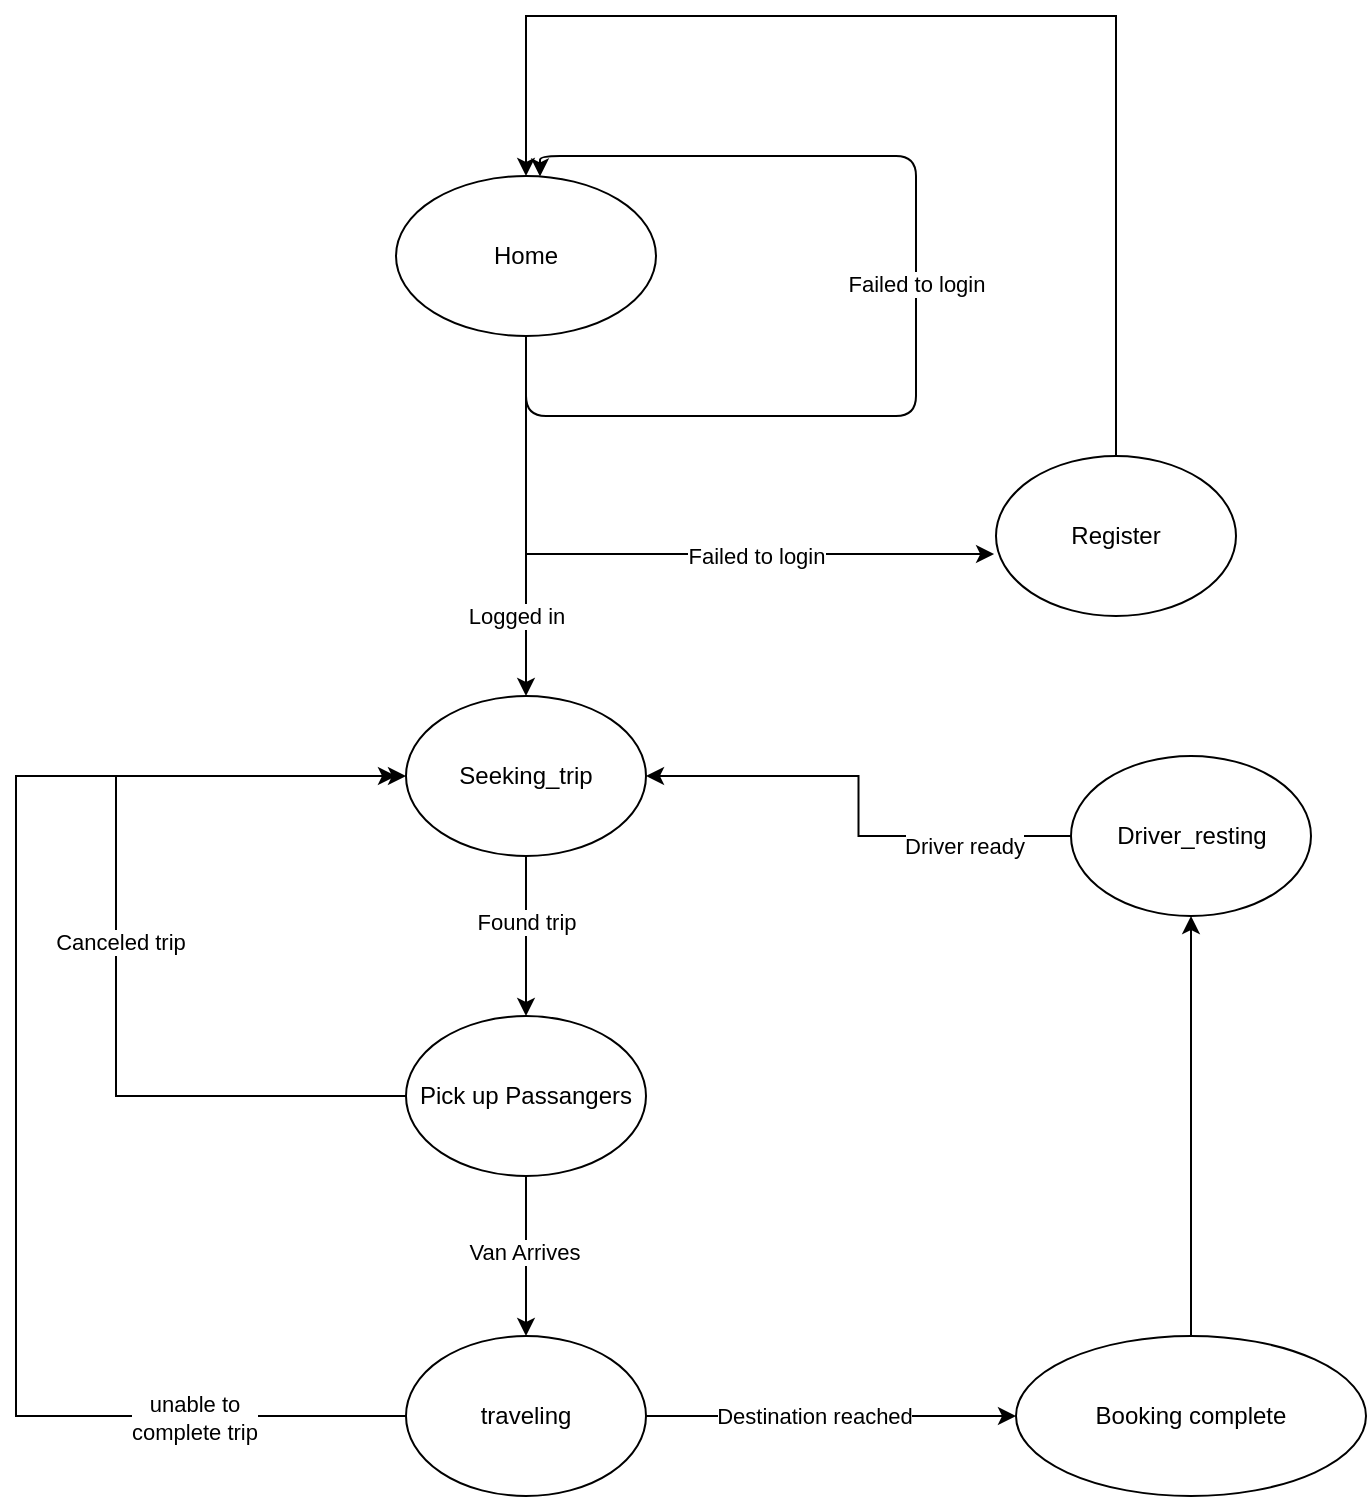
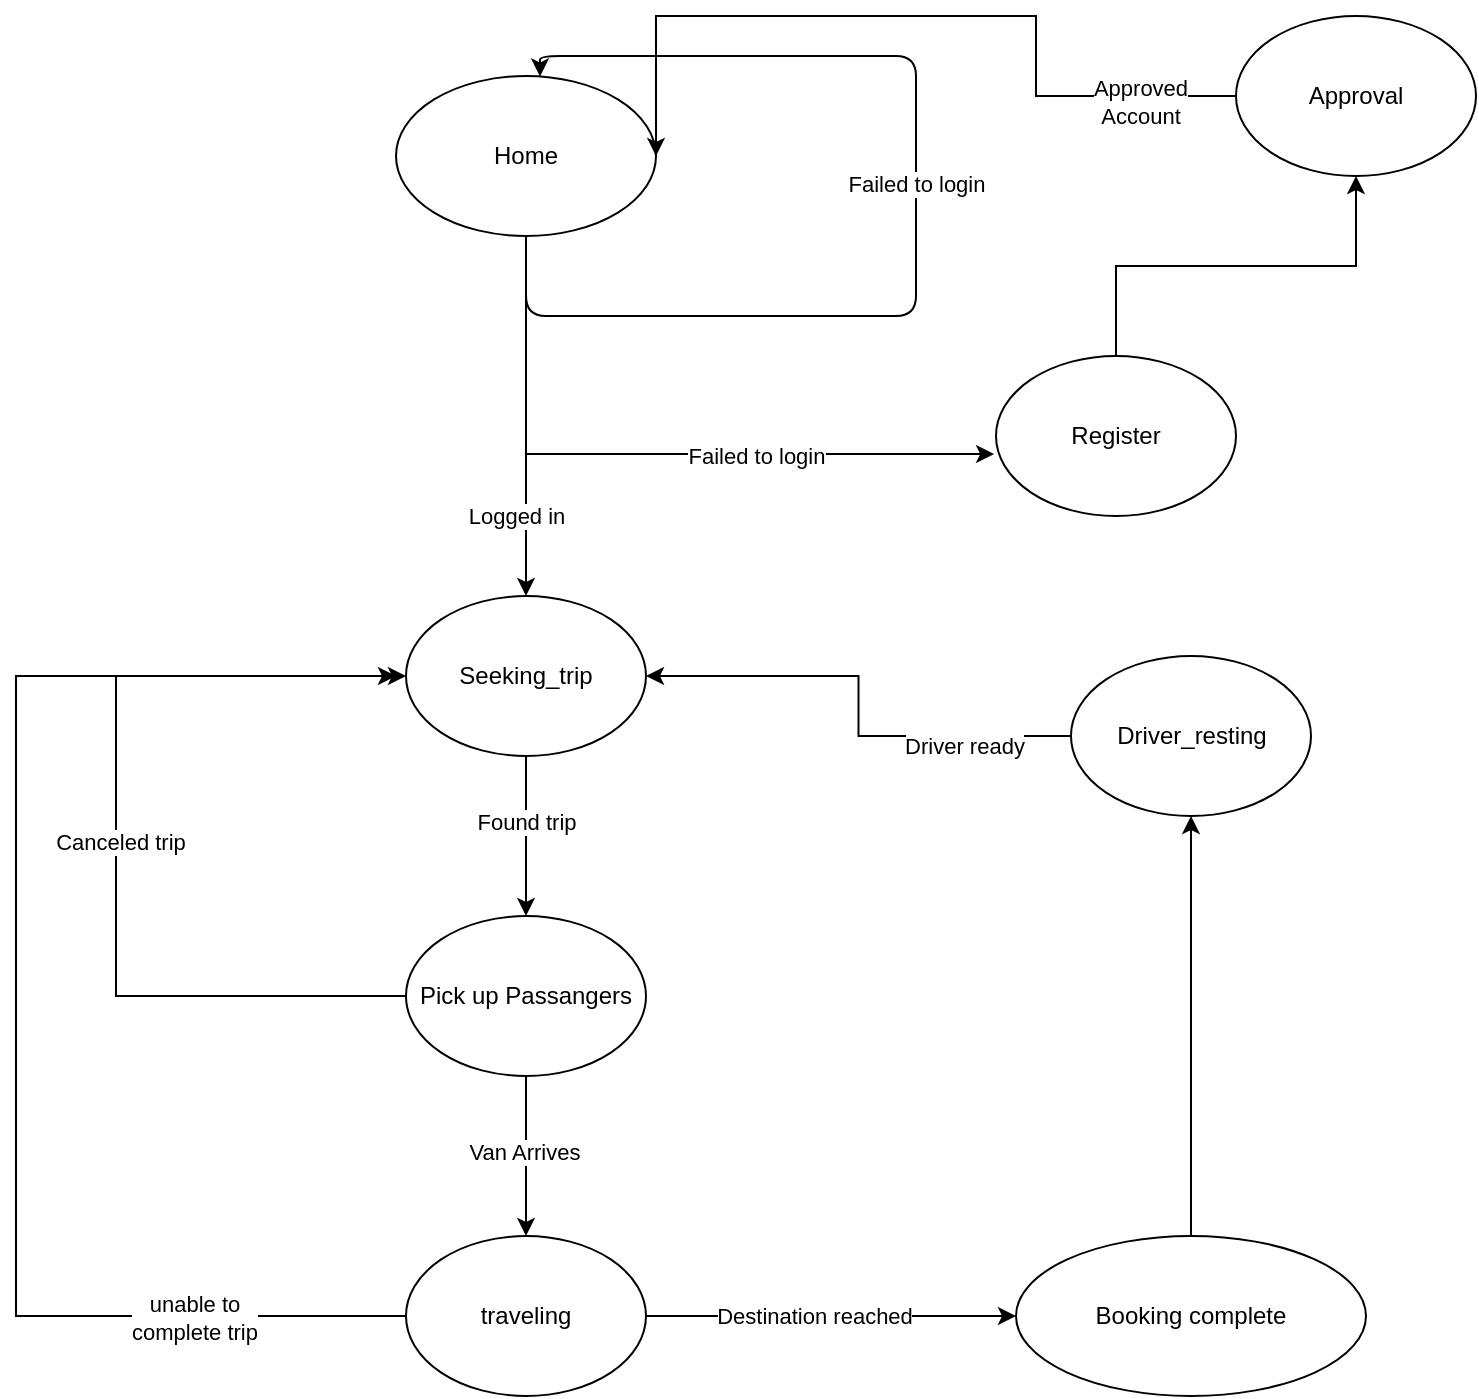
<mxfile host="app.diagrams.net">
  <diagram name="Page-1" id="ZYWmiHizElhVljDEmhqM">
    <mxGraphModel dx="897" dy="707" grid="1" gridSize="10" guides="1" tooltips="1" connect="1" arrows="1" fold="1" page="1" pageScale="1" pageWidth="850" pageHeight="1100" math="0" shadow="0">
      <root>
        <mxCell id="0" />
        <mxCell id="1" parent="0" />
        <mxCell id="mguiP6TVmpAt38DfT10o-1" edge="1" parent="1" source="mguiP6TVmpAt38DfT10o-2" style="edgeStyle=orthogonalEdgeStyle;rounded=0;orthogonalLoop=1;jettySize=auto;html=1;" target="mguiP6TVmpAt38DfT10o-5" value="Logged in">
          <mxGeometry relative="1" x="0.5556" y="-5" as="geometry">
            <mxPoint as="offset" />
          </mxGeometry>
        </mxCell>
        <mxCell id="mguiP6TVmpAt38DfT10o-2" parent="1" style="ellipse;whiteSpace=wrap;html=1;" value="Home" vertex="1">
          <mxGeometry height="80" width="130" x="230" y="100" as="geometry" />
        </mxCell>
        <mxCell id="mguiP6TVmpAt38DfT10o-3" edge="1" parent="1" source="mguiP6TVmpAt38DfT10o-5" style="edgeStyle=orthogonalEdgeStyle;rounded=0;orthogonalLoop=1;jettySize=auto;html=1;" target="mguiP6TVmpAt38DfT10o-16" value="">
          <mxGeometry relative="1" as="geometry" />
        </mxCell>
        <mxCell id="mguiP6TVmpAt38DfT10o-4" connectable="0" parent="mguiP6TVmpAt38DfT10o-3" style="edgeLabel;html=1;align=center;verticalAlign=middle;resizable=0;points=[];" value="Found trip" vertex="1">
          <mxGeometry relative="1" x="-0.175" as="geometry">
            <mxPoint as="offset" />
          </mxGeometry>
        </mxCell>
        <mxCell id="mguiP6TVmpAt38DfT10o-5" parent="1" style="ellipse;whiteSpace=wrap;html=1;" value="Seeking_trip" vertex="1">
          <mxGeometry height="80" width="120" x="235" y="360" as="geometry" />
        </mxCell>
        <mxCell id="mguiP6TVmpAt38DfT10o-6" edge="1" parent="1" source="mguiP6TVmpAt38DfT10o-2" style="edgeStyle=orthogonalEdgeStyle;rounded=1;orthogonalLoop=1;jettySize=auto;html=1;curved=0;" target="mguiP6TVmpAt38DfT10o-2">
          <mxGeometry relative="1" as="geometry">
            <Array as="points">
              <mxPoint x="295" y="220" />
              <mxPoint x="490" y="220" />
              <mxPoint x="490" y="90" />
              <mxPoint x="302" y="90" />
            </Array>
          </mxGeometry>
        </mxCell>
        <mxCell id="mguiP6TVmpAt38DfT10o-7" connectable="0" parent="mguiP6TVmpAt38DfT10o-6" style="edgeLabel;html=1;align=center;verticalAlign=middle;resizable=0;points=[];" value="Failed to login" vertex="1">
          <mxGeometry relative="1" x="0.0603" as="geometry">
            <mxPoint y="-3" as="offset" />
          </mxGeometry>
        </mxCell>
-         <mxCell id="mguiP6TVmpAt38DfT10o-8" edge="1" parent="1" source="mguiP6TVmpAt38DfT10o-9" style="edgeStyle=orthogonalEdgeStyle;rounded=0;orthogonalLoop=1;jettySize=auto;html=1;exitX=0.5;exitY=0;exitDx=0;exitDy=0;entryX=0.5;entryY=0;entryDx=0;entryDy=0;" target="mguiP6TVmpAt38DfT10o-2">
-           <mxGeometry relative="1" as="geometry">
-             <Array as="points">
-               <mxPoint x="590" y="20" />
-               <mxPoint x="295" y="20" />
-             </Array>
-             <mxPoint x="600" y="20" as="targetPoint" />
-           </mxGeometry>
+         <mxCell id="mguiP6TVmpAt38DfT10o-29" edge="1" parent="1" source="mguiP6TVmpAt38DfT10o-9" style="edgeStyle=orthogonalEdgeStyle;rounded=0;orthogonalLoop=1;jettySize=auto;html=1;exitX=0.5;exitY=0;exitDx=0;exitDy=0;" target="mguiP6TVmpAt38DfT10o-28">
+           <mxGeometry relative="1" as="geometry" />
        </mxCell>
        <mxCell id="mguiP6TVmpAt38DfT10o-9" parent="1" style="ellipse;whiteSpace=wrap;html=1;" value="Register" vertex="1">
          <mxGeometry height="80" width="120" x="530" y="240" as="geometry" />
        </mxCell>
        <mxCell id="mguiP6TVmpAt38DfT10o-10" edge="1" parent="1" source="mguiP6TVmpAt38DfT10o-2" style="edgeStyle=orthogonalEdgeStyle;rounded=0;orthogonalLoop=1;jettySize=auto;html=1;exitX=0.5;exitY=1;exitDx=0;exitDy=0;entryX=-0.008;entryY=0.613;entryDx=0;entryDy=0;entryPerimeter=0;" target="mguiP6TVmpAt38DfT10o-9">
          <mxGeometry relative="1" as="geometry">
            <Array as="points">
              <mxPoint x="295" y="289" />
            </Array>
          </mxGeometry>
        </mxCell>
        <mxCell id="mguiP6TVmpAt38DfT10o-11" connectable="0" parent="mguiP6TVmpAt38DfT10o-10" style="edgeLabel;html=1;align=center;verticalAlign=middle;resizable=0;points=[];" value="Failed to login" vertex="1">
          <mxGeometry relative="1" x="0.2885" y="-4" as="geometry">
            <mxPoint x="3" y="-3" as="offset" />
          </mxGeometry>
        </mxCell>
        <mxCell id="mguiP6TVmpAt38DfT10o-12" edge="1" parent="1" source="mguiP6TVmpAt38DfT10o-16" style="edgeStyle=orthogonalEdgeStyle;rounded=0;orthogonalLoop=1;jettySize=auto;html=1;" target="mguiP6TVmpAt38DfT10o-21" value="">
          <mxGeometry relative="1" as="geometry" />
        </mxCell>
        <mxCell id="mguiP6TVmpAt38DfT10o-13" connectable="0" parent="mguiP6TVmpAt38DfT10o-12" style="edgeLabel;html=1;align=center;verticalAlign=middle;resizable=0;points=[];" value="Van Arrives" vertex="1">
          <mxGeometry relative="1" x="-0.05" y="-1" as="geometry">
            <mxPoint as="offset" />
          </mxGeometry>
        </mxCell>
        <mxCell id="mguiP6TVmpAt38DfT10o-14" edge="1" parent="1" source="mguiP6TVmpAt38DfT10o-16" style="edgeStyle=orthogonalEdgeStyle;rounded=0;orthogonalLoop=1;jettySize=auto;html=1;entryX=0;entryY=0.5;entryDx=0;entryDy=0;exitX=0;exitY=0.5;exitDx=0;exitDy=0;" target="mguiP6TVmpAt38DfT10o-5">
          <mxGeometry relative="1" as="geometry">
            <Array as="points">
              <mxPoint x="90" y="560" />
              <mxPoint x="90" y="400" />
            </Array>
            <mxPoint x="230" y="550" as="sourcePoint" />
          </mxGeometry>
        </mxCell>
        <mxCell id="mguiP6TVmpAt38DfT10o-15" connectable="0" parent="mguiP6TVmpAt38DfT10o-14" style="edgeLabel;html=1;align=center;verticalAlign=middle;resizable=0;points=[];" value="Canceled trip" vertex="1">
          <mxGeometry relative="1" x="-0.0133" y="-2" as="geometry">
            <mxPoint as="offset" />
          </mxGeometry>
        </mxCell>
        <mxCell id="mguiP6TVmpAt38DfT10o-16" parent="1" style="ellipse;whiteSpace=wrap;html=1;" value="&lt;div&gt;Pick up Passangers&lt;/div&gt;" vertex="1">
          <mxGeometry height="80" width="120" x="235" y="520" as="geometry" />
        </mxCell>
        <mxCell id="mguiP6TVmpAt38DfT10o-17" edge="1" parent="1" source="mguiP6TVmpAt38DfT10o-21" style="edgeStyle=orthogonalEdgeStyle;rounded=0;orthogonalLoop=1;jettySize=auto;html=1;" target="mguiP6TVmpAt38DfT10o-23" value="">
          <mxGeometry relative="1" as="geometry" />
        </mxCell>
        <mxCell id="mguiP6TVmpAt38DfT10o-18" connectable="0" parent="mguiP6TVmpAt38DfT10o-17" style="edgeLabel;html=1;align=center;verticalAlign=middle;resizable=0;points=[];" value="Destination reached" vertex="1">
          <mxGeometry relative="1" x="-0.1" y="-4" as="geometry">
            <mxPoint y="-4" as="offset" />
          </mxGeometry>
        </mxCell>
        <mxCell id="mguiP6TVmpAt38DfT10o-19" edge="1" parent="1" source="mguiP6TVmpAt38DfT10o-21" style="edgeStyle=orthogonalEdgeStyle;rounded=0;orthogonalLoop=1;jettySize=auto;html=1;">
          <mxGeometry relative="1" as="geometry">
            <Array as="points">
              <mxPoint x="40" y="720" />
              <mxPoint x="40" y="400" />
            </Array>
            <mxPoint x="230" y="400" as="targetPoint" />
          </mxGeometry>
        </mxCell>
        <mxCell id="mguiP6TVmpAt38DfT10o-20" connectable="0" parent="mguiP6TVmpAt38DfT10o-19" style="edgeLabel;html=1;align=center;verticalAlign=middle;resizable=0;points=[];" value="unable to&lt;br&gt;complete trip" vertex="1">
          <mxGeometry relative="1" x="-0.7397" y="1" as="geometry">
            <mxPoint x="-14" as="offset" />
          </mxGeometry>
        </mxCell>
        <mxCell id="mguiP6TVmpAt38DfT10o-21" parent="1" style="ellipse;whiteSpace=wrap;html=1;" value="traveling" vertex="1">
          <mxGeometry height="80" width="120" x="235" y="680" as="geometry" />
        </mxCell>
        <mxCell id="mguiP6TVmpAt38DfT10o-25" edge="1" parent="1" source="mguiP6TVmpAt38DfT10o-23" style="edgeStyle=orthogonalEdgeStyle;rounded=0;orthogonalLoop=1;jettySize=auto;html=1;" target="mguiP6TVmpAt38DfT10o-24">
          <mxGeometry relative="1" as="geometry" />
        </mxCell>
        <mxCell id="mguiP6TVmpAt38DfT10o-23" parent="1" style="ellipse;whiteSpace=wrap;html=1;" value="Booking complete" vertex="1">
          <mxGeometry height="80" width="175" x="540" y="680" as="geometry" />
        </mxCell>
        <mxCell id="mguiP6TVmpAt38DfT10o-26" edge="1" parent="1" source="mguiP6TVmpAt38DfT10o-24" style="edgeStyle=orthogonalEdgeStyle;rounded=0;orthogonalLoop=1;jettySize=auto;html=1;" target="mguiP6TVmpAt38DfT10o-5">
          <mxGeometry relative="1" as="geometry" />
        </mxCell>
        <mxCell id="mguiP6TVmpAt38DfT10o-27" connectable="0" parent="mguiP6TVmpAt38DfT10o-26" style="edgeLabel;html=1;align=center;verticalAlign=middle;resizable=0;points=[];" value="Driver ready" vertex="1">
          <mxGeometry relative="1" x="-0.5505" y="5" as="geometry">
            <mxPoint x="1" as="offset" />
          </mxGeometry>
        </mxCell>
        <mxCell id="mguiP6TVmpAt38DfT10o-24" parent="1" style="ellipse;whiteSpace=wrap;html=1;" value="Driver_resting" vertex="1">
          <mxGeometry height="80" width="120" x="567.5" y="390" as="geometry" />
        </mxCell>
+         <mxCell id="mguiP6TVmpAt38DfT10o-30" edge="1" parent="1" source="mguiP6TVmpAt38DfT10o-28" style="edgeStyle=orthogonalEdgeStyle;rounded=0;orthogonalLoop=1;jettySize=auto;html=1;exitX=0;exitY=0.5;exitDx=0;exitDy=0;entryX=1;entryY=0.5;entryDx=0;entryDy=0;" target="mguiP6TVmpAt38DfT10o-2">
+           <mxGeometry relative="1" as="geometry">
+             <Array as="points">
+               <mxPoint x="550" y="110" />
+               <mxPoint x="550" y="70" />
+               <mxPoint x="360" y="70" />
+             </Array>
+           </mxGeometry>
+         </mxCell>
+         <mxCell id="mguiP6TVmpAt38DfT10o-31" connectable="0" parent="mguiP6TVmpAt38DfT10o-30" style="edgeLabel;html=1;align=center;verticalAlign=middle;resizable=0;points=[];" value="Approved&lt;br&gt;Account" vertex="1">
+           <mxGeometry relative="1" x="-0.76" y="3" as="geometry">
+             <mxPoint as="offset" />
+           </mxGeometry>
+         </mxCell>
+         <mxCell id="mguiP6TVmpAt38DfT10o-28" parent="1" style="ellipse;whiteSpace=wrap;html=1;" value="Approval" vertex="1">
+           <mxGeometry height="80" width="120" x="650" y="70" as="geometry" />
+         </mxCell>
      </root>
    </mxGraphModel>
  </diagram>
</mxfile>
